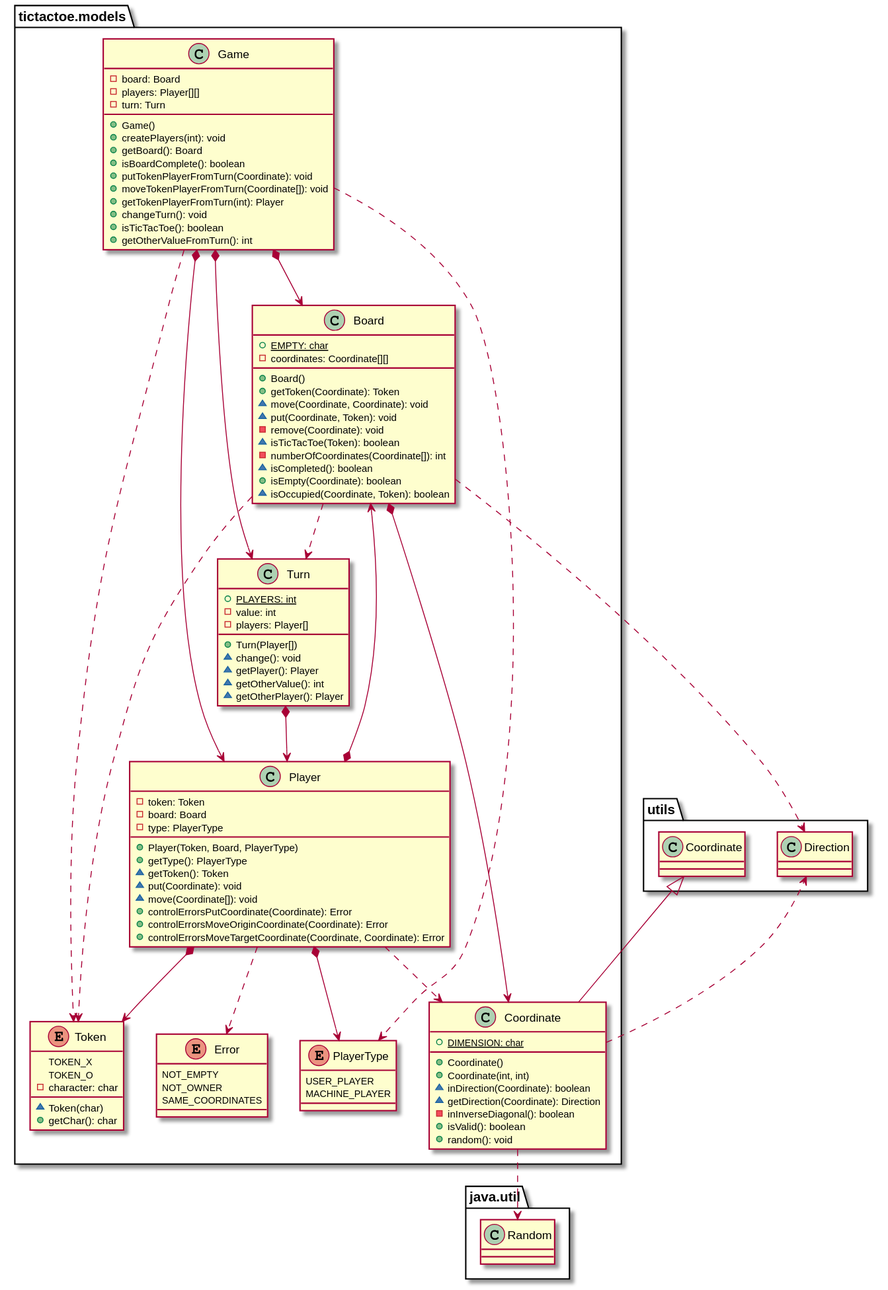
Earlier version of the PlantUML export docs/build/docs/asciidoc/images/tictactoeModels.svg (x-USantaTecla-game-ticTacToe/java). The source it was exported from:
```plantuml
@startuml

class  tictactoe.models.Board{
+ {static} EMPTY: char
- coordinates: Coordinate[][]
+ Board()
+ getToken(Coordinate): Token
~ move(Coordinate, Coordinate): void
~ put(Coordinate, Token): void
- remove(Coordinate): void
~ isTicTacToe(Token): boolean
- numberOfCoordinates(Coordinate[]): int
~ isCompleted(): boolean
+ isEmpty(Coordinate): boolean
~ isOccupied(Coordinate, Token): boolean
}
tictactoe.models.Board *-down-> tictactoe.models.Coordinate
tictactoe.models.Board ..> tictactoe.models.Token
tictactoe.models.Board ..> tictactoe.models.Turn
tictactoe.models.Board ..> utils.Direction

class  tictactoe.models.Coordinate{
+ {static} DIMENSION: char
+ Coordinate()
+ Coordinate(int, int)
~ inDirection(Coordinate): boolean
~ getDirection(Coordinate): Direction
- inInverseDiagonal(): boolean
+ isValid(): boolean
+ random(): void
}
utils.Coordinate <|-down- tictactoe.models.Coordinate
tictactoe.models.Coordinate ..> utils.Direction
tictactoe.models.Coordinate ..> java.util.Random

enum  tictactoe.models.Error{
NOT_EMPTY
NOT_OWNER
SAME_COORDINATES
}

class  tictactoe.models.Game{
- board: Board
- players: Player[][]
- turn: Turn
+ Game()
+ createPlayers(int): void
+ getBoard(): Board
+ isBoardComplete(): boolean
+ putTokenPlayerFromTurn(Coordinate): void
+ moveTokenPlayerFromTurn(Coordinate[]): void
+ getTokenPlayerFromTurn(int): Player
+ changeTurn(): void
+ isTicTacToe(): boolean
+ getOtherValueFromTurn(): int
}
tictactoe.models.Game *-down-> tictactoe.models.Board
tictactoe.models.Game *-down-> tictactoe.models.Player
tictactoe.models.Game *-down-> tictactoe.models.Turn
tictactoe.models.Game ..> tictactoe.models.Token
tictactoe.models.Game ..> tictactoe.models.PlayerType

class  tictactoe.models.Player{
- token: Token
- board: Board
- type: PlayerType
+ Player(Token, Board, PlayerType)
+ getType(): PlayerType
~ getToken(): Token
~ put(Coordinate): void
~ move(Coordinate[]): void
+ controlErrorsPutCoordinate(Coordinate): Error
+ controlErrorsMoveOriginCoordinate(Coordinate): Error
+ controlErrorsMoveTargetCoordinate(Coordinate, Coordinate): Error
}
tictactoe.models.Player *-down-> tictactoe.models.Token
tictactoe.models.Player *-down-> tictactoe.models.Board
tictactoe.models.Player *-down-> tictactoe.models.PlayerType
tictactoe.models.Player ..> tictactoe.models.Coordinate
tictactoe.models.Player ..> tictactoe.models.Error

enum  tictactoe.models.PlayerType{
USER_PLAYER
MACHINE_PLAYER
}

enum  tictactoe.models.Token{
TOKEN_X
TOKEN_O
- character: char
~ Token(char)
+ getChar(): char
}

class  tictactoe.models.Turn{
+ {static} PLAYERS: int
- value: int
- players: Player[]
+ Turn(Player[])
~ change(): void
~ getPlayer(): Player
~ getOtherValue(): int
~ getOtherPlayer(): Player
}
tictactoe.models.Turn *-down-> tictactoe.models.Player

@enduml
```
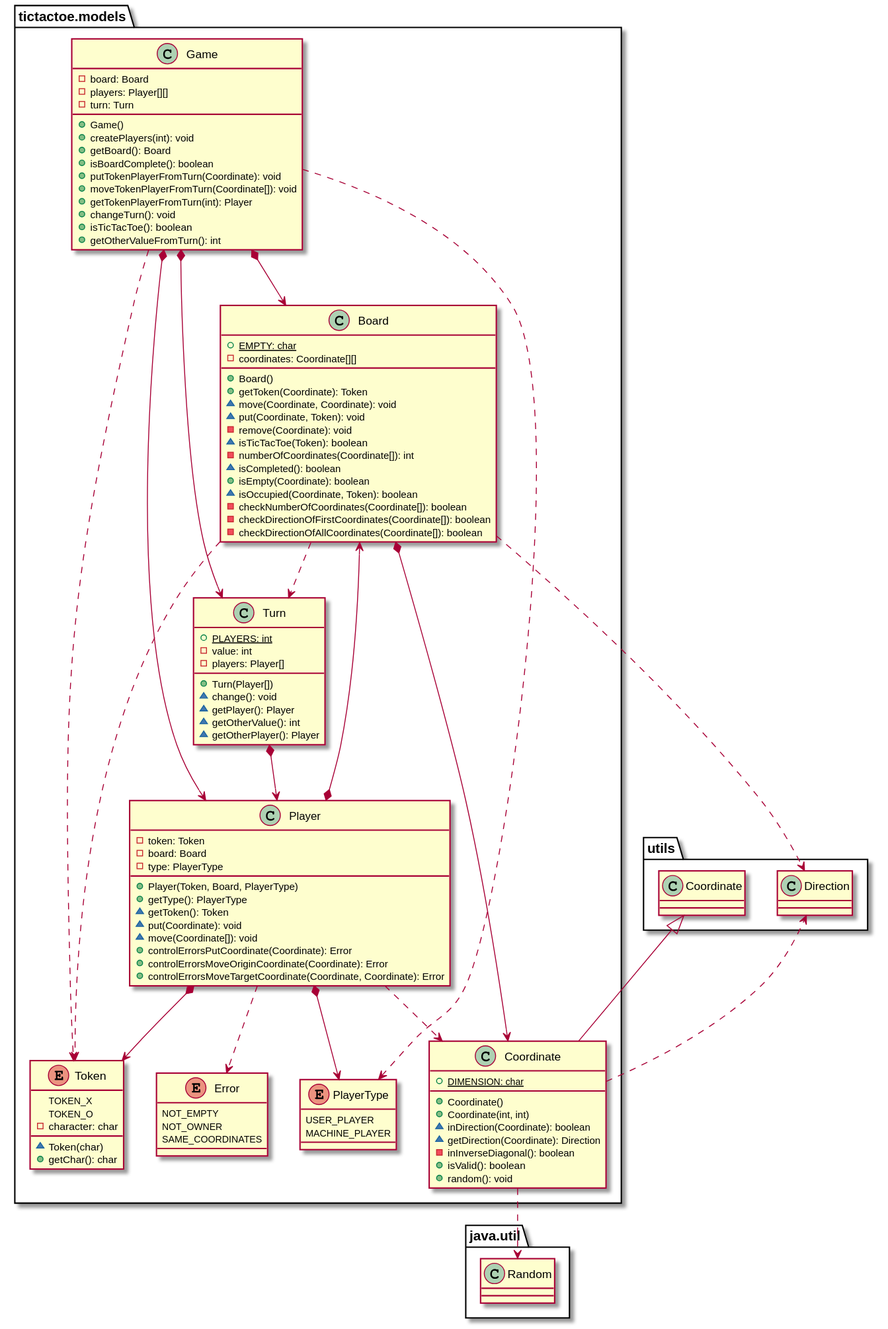
After the change.

Change to the diagram source:
```diff
@@ -13,6 +13,9 @@
 ~ isCompleted(): boolean
 + isEmpty(Coordinate): boolean
 ~ isOccupied(Coordinate, Token): boolean
+- checkNumberOfCoordinates(Coordinate[]): boolean
+- checkDirectionOfFirstCoordinates(Coordinate[]): boolean
+- checkDirectionOfAllCoordinates(Coordinate[]): boolean
 }
 tictactoe.models.Board *-down-> tictactoe.models.Coordinate
 tictactoe.models.Board ..> tictactoe.models.Token
```
